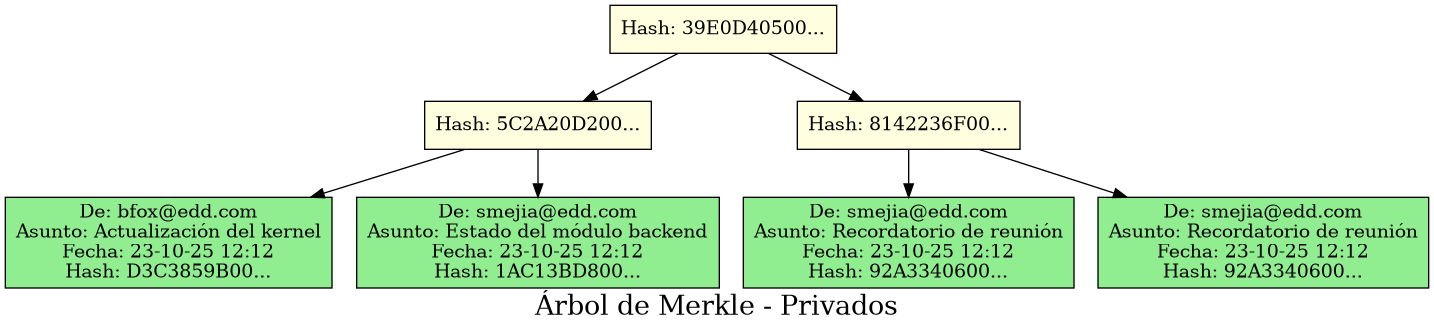
This is Fase1/src/lgarcia-Reportes/merkle_tree.png from JoseArt777/-EDD-1S2025_202100305, a Graphviz export, as it was before one commit. Its source is kept beside it as Fase1/src/lgarcia-Reportes/merkle_tree.dot.
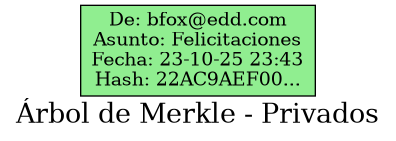
After the commit.

What changed in the source:
```diff
@@ -4,17 +4,5 @@
     node [shape=box, style=filled];
     rankdir=TB;
 
-    node0 [label="Hash: 39E0D40500...", fillcolor=lightyellow];
-    node1 [label="Hash: 5C2A20D200...", fillcolor=lightyellow];
-    node2 [label="De: bfox@edd.com\nAsunto: Actualización del kernel\nFecha: 23-10-25 12:12\nHash: D3C3859B00...", fillcolor=lightgreen];
-    node1 -> node2;
-    node3 [label="De: smejia@edd.com\nAsunto: Estado del módulo backend\nFecha: 23-10-25 12:12\nHash: 1AC13BD800...", fillcolor=lightgreen];
-    node1 -> node3;
-    node0 -> node1;
-    node4 [label="Hash: 8142236F00...", fillcolor=lightyellow];
-    node5 [label="De: smejia@edd.com\nAsunto: Recordatorio de reunión\nFecha: 23-10-25 12:12\nHash: 92A3340600...", fillcolor=lightgreen];
-    node4 -> node5;
-    node6 [label="De: smejia@edd.com\nAsunto: Recordatorio de reunión\nFecha: 23-10-25 12:12\nHash: 92A3340600...", fillcolor=lightgreen];
-    node4 -> node6;
-    node0 -> node4;
+    node0 [label="De: bfox@edd.com\nAsunto: Felicitaciones\nFecha: 23-10-25 23:43\nHash: 22AC9AEF00...", fillcolor=lightgreen];
 }
```
